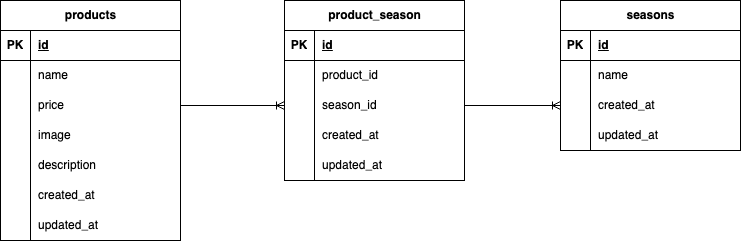
e-misora/mogitate keeps this draw.io diagram as mogitate.png. Above is the earlier version. Source tidied: cells renumbered, new cells last; positions are measured from the earlier drawing's top-left corner, leaving out a move shared by most shapes. Source of this version:
```xml
<mxGraphModel>
  <root>
    <mxCell id="0" />
    <mxCell id="1" parent="0" />
    <mxCell id="2" value="products" style="shape=table;startSize=30;rowLines=0;fontStyle=1;align=center;html=1;" parent="1" vertex="1">
      <mxGeometry width="180" height="240" as="geometry" />
    </mxCell>
    <mxCell id="3" style="shape=tableRow;horizontal=0;startSize=0;swimlaneHead=0;swimlaneBody=0;fillColor=none;top=0;left=0;right=0;bottom=1;" parent="2" vertex="1">
      <mxGeometry y="30" width="180" height="30" as="geometry" />
    </mxCell>
    <mxCell id="4" value="PK" style="shape=partialRectangle;fillColor=none;top=0;left=0;bottom=0;right=0;fontStyle=1;overflow=hidden;whiteSpace=wrap;html=1;" parent="3" vertex="1">
      <mxGeometry width="30" height="30" as="geometry" />
    </mxCell>
    <mxCell id="5" value="id" style="shape=partialRectangle;fillColor=none;top=0;left=0;bottom=0;right=0;align=left;spacingLeft=6;fontStyle=5;overflow=hidden;whiteSpace=wrap;html=1;" parent="3" vertex="1">
      <mxGeometry x="30" width="150" height="30" as="geometry" />
    </mxCell>
    <mxCell id="6" style="shape=tableRow;horizontal=0;startSize=0;swimlaneHead=0;swimlaneBody=0;fillColor=none;top=0;left=0;right=0;bottom=0;" parent="2" vertex="1">
      <mxGeometry y="60" width="180" height="30" as="geometry" />
    </mxCell>
    <mxCell id="7" style="shape=partialRectangle;fillColor=none;top=0;left=0;bottom=0;right=0;overflow=hidden;whiteSpace=wrap;html=1;" parent="6" vertex="1">
      <mxGeometry width="30" height="30" as="geometry" />
    </mxCell>
    <mxCell id="8" value="name" style="shape=partialRectangle;fillColor=none;top=0;left=0;bottom=0;right=0;align=left;spacingLeft=6;overflow=hidden;whiteSpace=wrap;html=1;" parent="6" vertex="1">
      <mxGeometry x="30" width="150" height="30" as="geometry" />
    </mxCell>
    <mxCell id="9" style="shape=tableRow;horizontal=0;startSize=0;swimlaneHead=0;swimlaneBody=0;fillColor=none;points=[[0,0.5],[1,0.5]];portConstraint=eastwest;top=0;left=0;right=0;bottom=0;" parent="2" vertex="1">
      <mxGeometry y="90" width="180" height="30" as="geometry" />
    </mxCell>
    <mxCell id="10" style="shape=partialRectangle;fillColor=none;top=0;left=0;bottom=0;right=0;overflow=hidden;whiteSpace=wrap;html=1;" parent="9" vertex="1">
      <mxGeometry width="30" height="30" as="geometry" />
    </mxCell>
    <mxCell id="11" value="price" style="shape=partialRectangle;fillColor=none;top=0;left=0;bottom=0;right=0;align=left;spacingLeft=6;overflow=hidden;whiteSpace=wrap;html=1;" parent="9" vertex="1">
      <mxGeometry x="30" width="150" height="30" as="geometry" />
    </mxCell>
    <mxCell id="12" style="shape=tableRow;horizontal=0;startSize=0;swimlaneHead=0;swimlaneBody=0;fillColor=none;top=0;left=0;right=0;bottom=0;" parent="2" vertex="1">
      <mxGeometry y="120" width="180" height="30" as="geometry" />
    </mxCell>
    <mxCell id="13" style="shape=partialRectangle;fillColor=none;top=0;left=0;bottom=0;right=0;overflow=hidden;whiteSpace=wrap;html=1;" parent="12" vertex="1">
      <mxGeometry width="30" height="30" as="geometry" />
    </mxCell>
    <mxCell id="14" value="image" style="shape=partialRectangle;fillColor=none;top=0;left=0;bottom=0;right=0;align=left;spacingLeft=6;overflow=hidden;whiteSpace=wrap;html=1;" parent="12" vertex="1">
      <mxGeometry x="30" width="150" height="30" as="geometry" />
    </mxCell>
    <mxCell id="15" style="shape=tableRow;horizontal=0;startSize=0;swimlaneHead=0;swimlaneBody=0;fillColor=none;top=0;left=0;right=0;bottom=0;" parent="2" vertex="1">
      <mxGeometry y="150" width="180" height="30" as="geometry" />
    </mxCell>
    <mxCell id="16" style="shape=partialRectangle;fillColor=none;top=0;left=0;bottom=0;right=0;overflow=hidden;whiteSpace=wrap;html=1;" parent="15" vertex="1">
      <mxGeometry width="30" height="30" as="geometry" />
    </mxCell>
    <mxCell id="17" value="description" style="shape=partialRectangle;fillColor=none;top=0;left=0;bottom=0;right=0;align=left;spacingLeft=6;overflow=hidden;whiteSpace=wrap;html=1;" parent="15" vertex="1">
      <mxGeometry x="30" width="150" height="30" as="geometry" />
    </mxCell>
    <mxCell id="18" style="shape=tableRow;horizontal=0;startSize=0;swimlaneHead=0;swimlaneBody=0;fillColor=none;top=0;left=0;right=0;bottom=0;" parent="2" vertex="1">
      <mxGeometry y="180" width="180" height="30" as="geometry" />
    </mxCell>
    <mxCell id="19" style="shape=partialRectangle;fillColor=none;top=0;left=0;bottom=0;right=0;overflow=hidden;whiteSpace=wrap;html=1;" parent="18" vertex="1">
      <mxGeometry width="30" height="30" as="geometry" />
    </mxCell>
    <mxCell id="20" value="created_at" style="shape=partialRectangle;fillColor=none;top=0;left=0;bottom=0;right=0;align=left;spacingLeft=6;overflow=hidden;whiteSpace=wrap;html=1;" parent="18" vertex="1">
      <mxGeometry x="30" width="150" height="30" as="geometry" />
    </mxCell>
    <mxCell id="21" style="shape=tableRow;horizontal=0;startSize=0;swimlaneHead=0;swimlaneBody=0;fillColor=none;top=0;left=0;right=0;bottom=0;" parent="2" vertex="1">
      <mxGeometry y="210" width="180" height="30" as="geometry" />
    </mxCell>
    <mxCell id="22" style="shape=partialRectangle;fillColor=none;top=0;left=0;bottom=0;right=0;overflow=hidden;whiteSpace=wrap;html=1;" parent="21" vertex="1">
      <mxGeometry width="30" height="30" as="geometry" />
    </mxCell>
    <mxCell id="23" value="updated_at" style="shape=partialRectangle;fillColor=none;top=0;left=0;bottom=0;right=0;align=left;spacingLeft=6;overflow=hidden;whiteSpace=wrap;html=1;" parent="21" vertex="1">
      <mxGeometry x="30" width="150" height="30" as="geometry" />
    </mxCell>
    <mxCell id="24" value="product_season" style="shape=table;startSize=30;rowLines=0;fontStyle=1;align=center;html=1;" parent="1" vertex="1">
      <mxGeometry x="284" width="180" height="180" as="geometry" />
    </mxCell>
    <mxCell id="25" style="shape=tableRow;horizontal=0;startSize=0;swimlaneHead=0;swimlaneBody=0;fillColor=none;top=0;left=0;right=0;bottom=1;" parent="24" vertex="1">
      <mxGeometry y="30" width="180" height="30" as="geometry" />
    </mxCell>
    <mxCell id="26" value="PK" style="shape=partialRectangle;fillColor=none;top=0;left=0;bottom=0;right=0;fontStyle=1;overflow=hidden;whiteSpace=wrap;html=1;" parent="25" vertex="1">
      <mxGeometry width="30" height="30" as="geometry" />
    </mxCell>
    <mxCell id="27" value="id" style="shape=partialRectangle;fillColor=none;top=0;left=0;bottom=0;right=0;align=left;spacingLeft=6;fontStyle=5;overflow=hidden;whiteSpace=wrap;html=1;" parent="25" vertex="1">
      <mxGeometry x="30" width="150" height="30" as="geometry" />
    </mxCell>
    <mxCell id="28" style="shape=tableRow;horizontal=0;startSize=0;swimlaneHead=0;swimlaneBody=0;fillColor=none;top=0;left=0;right=0;bottom=0;" parent="24" vertex="1">
      <mxGeometry y="60" width="180" height="30" as="geometry" />
    </mxCell>
    <mxCell id="29" style="shape=partialRectangle;fillColor=none;top=0;left=0;bottom=0;right=0;overflow=hidden;whiteSpace=wrap;html=1;" parent="28" vertex="1">
      <mxGeometry width="30" height="30" as="geometry" />
    </mxCell>
    <mxCell id="30" value="&lt;div&gt;product_id&lt;/div&gt;" style="shape=partialRectangle;fillColor=none;top=0;left=0;bottom=0;right=0;align=left;spacingLeft=6;overflow=hidden;whiteSpace=wrap;html=1;" parent="28" vertex="1">
      <mxGeometry x="30" width="150" height="30" as="geometry" />
    </mxCell>
    <mxCell id="31" style="shape=tableRow;horizontal=0;startSize=0;swimlaneHead=0;swimlaneBody=0;fillColor=none;points=[[0,0.5],[1,0.5]];portConstraint=eastwest;top=0;left=0;right=0;bottom=0;" parent="24" vertex="1">
      <mxGeometry y="90" width="180" height="30" as="geometry" />
    </mxCell>
    <mxCell id="32" style="shape=partialRectangle;fillColor=none;top=0;left=0;bottom=0;right=0;overflow=hidden;whiteSpace=wrap;html=1;" parent="31" vertex="1">
      <mxGeometry width="30" height="30" as="geometry" />
    </mxCell>
    <mxCell id="33" value="season_id" style="shape=partialRectangle;fillColor=none;top=0;left=0;bottom=0;right=0;align=left;spacingLeft=6;overflow=hidden;whiteSpace=wrap;html=1;" parent="31" vertex="1">
      <mxGeometry x="30" width="150" height="30" as="geometry" />
    </mxCell>
    <mxCell id="34" style="shape=tableRow;horizontal=0;startSize=0;swimlaneHead=0;swimlaneBody=0;fillColor=none;top=0;left=0;right=0;bottom=0;" parent="24" vertex="1">
      <mxGeometry y="120" width="180" height="30" as="geometry" />
    </mxCell>
    <mxCell id="35" style="shape=partialRectangle;fillColor=none;top=0;left=0;bottom=0;right=0;overflow=hidden;whiteSpace=wrap;html=1;" parent="34" vertex="1">
      <mxGeometry width="30" height="30" as="geometry" />
    </mxCell>
    <mxCell id="36" value="&lt;span style=&quot;color: rgb(0, 0, 0);&quot;&gt;created_at&lt;/span&gt;" style="shape=partialRectangle;fillColor=none;top=0;left=0;bottom=0;right=0;align=left;spacingLeft=6;overflow=hidden;whiteSpace=wrap;html=1;" parent="34" vertex="1">
      <mxGeometry x="30" width="150" height="30" as="geometry" />
    </mxCell>
    <mxCell id="37" style="shape=tableRow;horizontal=0;startSize=0;swimlaneHead=0;swimlaneBody=0;fillColor=none;top=0;left=0;right=0;bottom=0;" parent="24" vertex="1">
      <mxGeometry y="150" width="180" height="30" as="geometry" />
    </mxCell>
    <mxCell id="38" style="shape=partialRectangle;fillColor=none;top=0;left=0;bottom=0;right=0;overflow=hidden;whiteSpace=wrap;html=1;" parent="37" vertex="1">
      <mxGeometry width="30" height="30" as="geometry" />
    </mxCell>
    <mxCell id="39" value="&lt;span style=&quot;color: rgb(0, 0, 0);&quot;&gt;updated_at&lt;/span&gt;" style="shape=partialRectangle;fillColor=none;top=0;left=0;bottom=0;right=0;align=left;spacingLeft=6;overflow=hidden;whiteSpace=wrap;html=1;" parent="37" vertex="1">
      <mxGeometry x="30" width="150" height="30" as="geometry" />
    </mxCell>
    <mxCell id="40" value="seasons" style="shape=table;startSize=30;rowLines=0;fontStyle=1;align=center;html=1;" parent="1" vertex="1">
      <mxGeometry x="560" width="180" height="150" as="geometry" />
    </mxCell>
    <mxCell id="41" style="shape=tableRow;horizontal=0;startSize=0;swimlaneHead=0;swimlaneBody=0;fillColor=none;top=0;left=0;right=0;bottom=1;" parent="40" vertex="1">
      <mxGeometry y="30" width="180" height="30" as="geometry" />
    </mxCell>
    <mxCell id="42" value="PK" style="shape=partialRectangle;fillColor=none;top=0;left=0;bottom=0;right=0;fontStyle=1;overflow=hidden;whiteSpace=wrap;html=1;" parent="41" vertex="1">
      <mxGeometry width="30" height="30" as="geometry" />
    </mxCell>
    <mxCell id="43" value="id" style="shape=partialRectangle;fillColor=none;top=0;left=0;bottom=0;right=0;align=left;spacingLeft=6;fontStyle=5;overflow=hidden;whiteSpace=wrap;html=1;" parent="41" vertex="1">
      <mxGeometry x="30" width="150" height="30" as="geometry" />
    </mxCell>
    <mxCell id="44" style="shape=tableRow;horizontal=0;startSize=0;swimlaneHead=0;swimlaneBody=0;fillColor=none;top=0;left=0;right=0;bottom=0;" parent="40" vertex="1">
      <mxGeometry y="60" width="180" height="30" as="geometry" />
    </mxCell>
    <mxCell id="45" style="shape=partialRectangle;fillColor=none;top=0;left=0;bottom=0;right=0;overflow=hidden;whiteSpace=wrap;html=1;" parent="44" vertex="1">
      <mxGeometry width="30" height="30" as="geometry" />
    </mxCell>
    <mxCell id="46" value="name" style="shape=partialRectangle;fillColor=none;top=0;left=0;bottom=0;right=0;align=left;spacingLeft=6;overflow=hidden;whiteSpace=wrap;html=1;" parent="44" vertex="1">
      <mxGeometry x="30" width="150" height="30" as="geometry" />
    </mxCell>
    <mxCell id="47" style="shape=tableRow;horizontal=0;startSize=0;swimlaneHead=0;swimlaneBody=0;fillColor=none;points=[[0,0.5],[1,0.5]];portConstraint=eastwest;top=0;left=0;right=0;bottom=0;" parent="40" vertex="1">
      <mxGeometry y="90" width="180" height="30" as="geometry" />
    </mxCell>
    <mxCell id="48" style="shape=partialRectangle;fillColor=none;top=0;left=0;bottom=0;right=0;overflow=hidden;whiteSpace=wrap;html=1;" parent="47" vertex="1">
      <mxGeometry width="30" height="30" as="geometry" />
    </mxCell>
    <mxCell id="49" value="&lt;span style=&quot;color: rgb(0, 0, 0);&quot;&gt;created_at&lt;/span&gt;" style="shape=partialRectangle;fillColor=none;top=0;left=0;bottom=0;right=0;align=left;spacingLeft=6;overflow=hidden;whiteSpace=wrap;html=1;" parent="47" vertex="1">
      <mxGeometry x="30" width="150" height="30" as="geometry" />
    </mxCell>
    <mxCell id="50" style="shape=tableRow;horizontal=0;startSize=0;swimlaneHead=0;swimlaneBody=0;fillColor=none;top=0;left=0;right=0;bottom=0;" parent="40" vertex="1">
      <mxGeometry y="120" width="180" height="30" as="geometry" />
    </mxCell>
    <mxCell id="51" style="shape=partialRectangle;fillColor=none;top=0;left=0;bottom=0;right=0;overflow=hidden;whiteSpace=wrap;html=1;" parent="50" vertex="1">
      <mxGeometry width="30" height="30" as="geometry" />
    </mxCell>
    <mxCell id="52" value="&lt;span style=&quot;color: rgb(0, 0, 0);&quot;&gt;updated_at&lt;/span&gt;" style="shape=partialRectangle;fillColor=none;top=0;left=0;bottom=0;right=0;align=left;spacingLeft=6;overflow=hidden;whiteSpace=wrap;html=1;" parent="50" vertex="1">
      <mxGeometry x="30" width="150" height="30" as="geometry" />
    </mxCell>
    <mxCell id="53" style="edgeStyle=entityRelationEdgeStyle;fontSize=12;html=1;endArrow=ERoneToMany;exitX=1;exitY=0.5;exitDx=0;exitDy=0;entryX=0;entryY=0.5;entryDx=0;entryDy=0;" parent="1" edge="1" source="9" target="31">
      <mxGeometry relative="1" as="geometry">
        <Array as="points">
          <mxPoint x="180" y="100" />
        </Array>
      </mxGeometry>
    </mxCell>
    <mxCell id="54" style="edgeStyle=entityRelationEdgeStyle;fontSize=12;html=1;endArrow=ERoneToMany;entryX=0;entryY=0.5;entryDx=0;entryDy=0;exitX=1;exitY=0.5;exitDx=0;exitDy=0;" parent="1" edge="1" source="31" target="47">
      <mxGeometry relative="1" as="geometry" />
    </mxCell>
  </root>
</mxGraphModel>
```
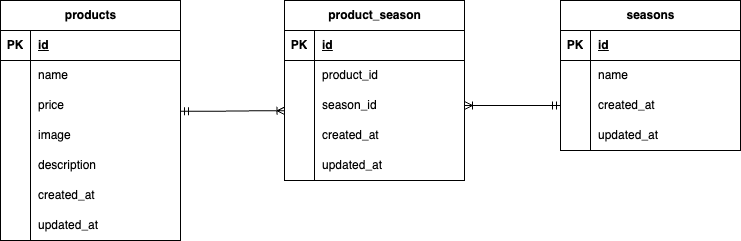
The same file after the commit.

Change to the diagram source:
```diff
@@ -155,15 +155,13 @@
     <mxCell id="52" value="&lt;span style=&quot;color: rgb(0, 0, 0);&quot;&gt;updated_at&lt;/span&gt;" style="shape=partialRectangle;fillColor=none;top=0;left=0;bottom=0;right=0;align=left;spacingLeft=6;overflow=hidden;whiteSpace=wrap;html=1;" parent="50" vertex="1">
       <mxGeometry x="30" width="150" height="30" as="geometry" />
     </mxCell>
-    <mxCell id="53" style="edgeStyle=entityRelationEdgeStyle;fontSize=12;html=1;endArrow=ERoneToMany;exitX=1;exitY=0.5;exitDx=0;exitDy=0;entryX=0;entryY=0.5;entryDx=0;entryDy=0;" parent="1" edge="1" source="9" target="31">
-      <mxGeometry relative="1" as="geometry">
-        <Array as="points">
-          <mxPoint x="180" y="100" />
-        </Array>
-      </mxGeometry>
-    </mxCell>
-    <mxCell id="54" style="edgeStyle=entityRelationEdgeStyle;fontSize=12;html=1;endArrow=ERoneToMany;entryX=0;entryY=0.5;entryDx=0;entryDy=0;exitX=1;exitY=0.5;exitDx=0;exitDy=0;" parent="1" edge="1" source="31" target="47">
-      <mxGeometry relative="1" as="geometry" />
+    <mxCell id="54" style="edgeStyle=entityRelationEdgeStyle;fontSize=12;html=1;endArrow=ERoneToMany;startArrow=ERmandOne;exitX=1;exitY=0.933;exitDx=0;exitDy=0;exitPerimeter=0;entryX=0.003;entryY=0.676;entryDx=0;entryDy=0;entryPerimeter=0;" parent="1" edge="1" target="31">
+      <mxGeometry relative="1" as="geometry">
+        <mxPoint x="180" y="110.8" as="sourcePoint" />
+      </mxGeometry>
     </mxCell>
+    <mxCell id="55" style="edgeStyle=entityRelationEdgeStyle;fontSize=12;html=1;endArrow=ERoneToMany;startArrow=ERmandOne;exitX=0;exitY=0.5;exitDx=0;exitDy=0;" parent="1" edge="1" source="47" target="31">
+      <mxGeometry relative="1" as="geometry" />
+    </mxCell>
   </root>
 </mxGraphModel>
```
